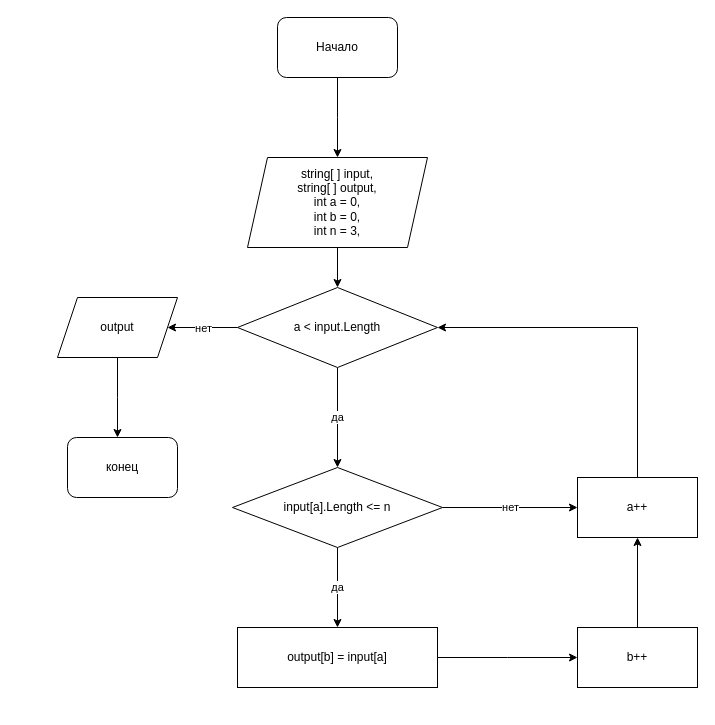
This is блок-схема.drawio from Natalya-Trishina/FinalProject, a draw.io file, before an edit. Source tidied: cells renumbered, new cells numbered last; positions are measured from the earlier drawing's top-left corner, leaving out a move shared by most shapes. Both pictures are drawn from the tidied source at 100%, with x=0, y=0 at pixel (57, 17).
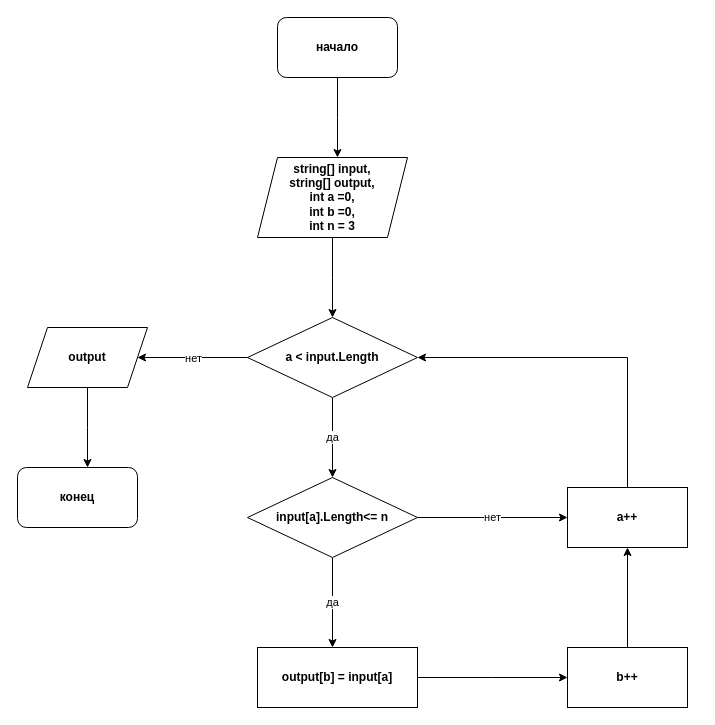
After the change.

Diff of the diagram source:
```diff
@@
-    <mxCell id="2" style="edgeStyle=orthogonalEdgeStyle;rounded=0;jettySize=auto;html=1;exitX=0.5;exitY=1;exitDx=0;exitDy=0;" parent="1" edge="1" source="3">
-      <mxGeometry relative="1" as="geometry">
-        <mxPoint x="280" y="140" as="targetPoint" />
-      </mxGeometry>
-    </mxCell>
-    <mxCell id="3" value="Начало" style="rounded=1;whiteSpace=wrap;html=1;" parent="1" vertex="1">
-      <mxGeometry x="220" width="120" height="60" as="geometry" />
-    </mxCell>
-    <mxCell id="4" style="edgeStyle=orthogonalEdgeStyle;rounded=0;jettySize=auto;html=1;exitX=0.5;exitY=1;exitDx=0;exitDy=0;" parent="1" edge="1" source="5" target="8">
-      <mxGeometry relative="1" as="geometry" />
-    </mxCell>
-    <mxCell id="5" value="string[ ] input,&lt;br&gt;string[ ] output,&lt;br&gt;int a = 0,&lt;br&gt;int b = 0,&lt;br&gt;int n = 3," style="shape=parallelogram;perimeter=parallelogramPerimeter;whiteSpace=wrap;html=1;fixedSize=1;" parent="1" vertex="1">
-      <mxGeometry x="190" y="140" width="180" height="90" as="geometry" />
-    </mxCell>
-    <mxCell id="6" value="да" style="edgeStyle=orthogonalEdgeStyle;rounded=0;jettySize=auto;html=1;exitX=0.5;exitY=1;exitDx=0;exitDy=0;" parent="1" edge="1" source="8">
-      <mxGeometry relative="1" as="geometry">
-        <mxPoint x="280" y="450" as="targetPoint" />
-      </mxGeometry>
-    </mxCell>
+    <mxCell id="21" style="edgeStyle=orthogonalEdgeStyle;rounded=0;jettySize=auto;html=1;exitX=0.5;exitY=1;exitDx=0;exitDy=0;" parent="1" edge="1" source="22">
+      <mxGeometry relative="1" as="geometry">
+        <mxPoint x="280" y="140" as="targetPoint" />
+      </mxGeometry>
+    </mxCell>
+    <mxCell id="22" value="&lt;b&gt;начало&lt;/b&gt;" style="rounded=1;whiteSpace=wrap;html=1;" parent="1" vertex="1">
+      <mxGeometry x="220" width="120" height="60" as="geometry" />
+    </mxCell>
+    <mxCell id="23" style="edgeStyle=orthogonalEdgeStyle;rounded=0;jettySize=auto;html=1;exitX=0.5;exitY=1;exitDx=0;exitDy=0;" parent="1" edge="1" source="24">
+      <mxGeometry relative="1" as="geometry">
+        <mxPoint x="275" y="300" as="targetPoint" />
+      </mxGeometry>
+    </mxCell>
+    <mxCell id="24" value="&lt;b&gt;string[] input,&lt;br&gt;string[] output,&lt;br&gt;int a =0,&lt;br&gt;int b =0,&lt;br&gt;int n = 3&lt;br&gt;&lt;/b&gt;" style="shape=parallelogram;perimeter=parallelogramPerimeter;whiteSpace=wrap;html=1;fixedSize=1;" parent="1" vertex="1">
+      <mxGeometry x="200" y="140" width="150" height="80" as="geometry" />
+    </mxCell>
+    <mxCell id="25" value="да" style="edgeStyle=orthogonalEdgeStyle;rounded=0;jettySize=auto;html=1;exitX=0.5;exitY=1;exitDx=0;exitDy=0;" parent="1" edge="1" source="8">
+      <mxGeometry relative="1" as="geometry">
+        <mxPoint x="275" y="460" as="targetPoint" />
+      </mxGeometry>
+    </mxCell>
     <mxCell id="7" value="нет" style="edgeStyle=orthogonalEdgeStyle;rounded=0;jettySize=auto;html=1;exitX=0;exitY=0.5;exitDx=0;exitDy=0;" parent="1" edge="1" source="8">
       <mxGeometry relative="1" as="geometry">
-        <mxPoint x="110" y="310" as="targetPoint" />
+        <mxPoint x="80" y="340" as="targetPoint" />
       </mxGeometry>
     </mxCell>
-    <mxCell id="8" value="a &amp;lt; input.Length" style="rhombus;whiteSpace=wrap;html=1;" parent="1" vertex="1">
-      <mxGeometry x="180" y="270" width="200" height="80" as="geometry" />
+    <mxCell id="8" value="&lt;b&gt;a &amp;lt; input.Length&lt;/b&gt;" style="rhombus;whiteSpace=wrap;html=1;" parent="1" vertex="1">
+      <mxGeometry x="190" y="300" width="170" height="80" as="geometry" />
     </mxCell>
-    <mxCell id="9" value="да" style="edgeStyle=orthogonalEdgeStyle;rounded=0;jettySize=auto;html=1;exitX=0.5;exitY=1;exitDx=0;exitDy=0;" parent="1" edge="1" source="11">
-      <mxGeometry relative="1" as="geometry">
-        <mxPoint x="280" y="610" as="targetPoint" />
-      </mxGeometry>
-    </mxCell>
+    <mxCell id="26" value="да" style="edgeStyle=orthogonalEdgeStyle;rounded=0;jettySize=auto;html=1;exitX=0.5;exitY=1;exitDx=0;exitDy=0;" parent="1" edge="1" source="27">
+      <mxGeometry relative="1" as="geometry">
+        <mxPoint x="275" y="630" as="targetPoint" />
+      </mxGeometry>
+    </mxCell>
-    <mxCell id="10" value="нет" style="edgeStyle=orthogonalEdgeStyle;rounded=0;jettySize=auto;html=1;exitX=1;exitY=0.5;exitDx=0;exitDy=0;entryX=0;entryY=0.5;entryDx=0;entryDy=0;" parent="1" edge="1" source="11" target="17">
-      <mxGeometry relative="1" as="geometry" />
+    <mxCell id="10" value="нет" style="edgeStyle=orthogonalEdgeStyle;rounded=0;jettySize=auto;html=1;exitX=1;exitY=0.5;exitDx=0;exitDy=0;" parent="1" edge="1" source="27">
+      <mxGeometry relative="1" as="geometry">
+        <mxPoint x="510" y="500" as="targetPoint" />
+      </mxGeometry>
     </mxCell>
-    <mxCell id="11" value="input[a].Length &amp;lt;= n" style="rhombus;whiteSpace=wrap;html=1;" parent="1" vertex="1">
-      <mxGeometry x="175" y="450" width="210" height="80" as="geometry" />
-    </mxCell>
-    <mxCell id="12" style="edgeStyle=orthogonalEdgeStyle;rounded=0;jettySize=auto;html=1;exitX=1;exitY=0.5;exitDx=0;exitDy=0;" parent="1" edge="1" source="13">
-      <mxGeometry relative="1" as="geometry">
-        <mxPoint x="520" y="640" as="targetPoint" />
-      </mxGeometry>
-    </mxCell>
+    <mxCell id="27" value="&lt;b&gt;input[a].Length&amp;lt;= n&lt;/b&gt;" style="rhombus;whiteSpace=wrap;html=1;" parent="1" vertex="1">
+      <mxGeometry x="190" y="460" width="170" height="80" as="geometry" />
+    </mxCell>
+    <mxCell id="28" style="edgeStyle=orthogonalEdgeStyle;rounded=0;jettySize=auto;html=1;exitX=1;exitY=0.5;exitDx=0;exitDy=0;" parent="1" edge="1" source="13">
+      <mxGeometry relative="1" as="geometry">
+        <mxPoint x="510" y="660" as="targetPoint" />
+      </mxGeometry>
+    </mxCell>
-    <mxCell id="13" value="output[b] = input[a]" style="rounded=0;whiteSpace=wrap;html=1;" parent="1" vertex="1">
-      <mxGeometry x="180" y="610" width="200" height="60" as="geometry" />
+    <mxCell id="13" value="&lt;b&gt;output[b] = input[a]&lt;/b&gt;" style="rounded=0;whiteSpace=wrap;html=1;" parent="1" vertex="1">
+      <mxGeometry x="200" y="630" width="160" height="60" as="geometry" />
     </mxCell>
-    <mxCell id="14" style="edgeStyle=orthogonalEdgeStyle;rounded=0;jettySize=auto;html=1;exitX=0.5;exitY=0;exitDx=0;exitDy=0;" parent="1" edge="1" source="15">
-      <mxGeometry relative="1" as="geometry">
-        <mxPoint x="580" y="520" as="targetPoint" />
-      </mxGeometry>
-    </mxCell>
+    <mxCell id="29" style="edgeStyle=orthogonalEdgeStyle;rounded=0;jettySize=auto;html=1;exitX=0.5;exitY=1;exitDx=0;exitDy=0;" parent="1" edge="1" source="19">
+      <mxGeometry relative="1" as="geometry">
+        <mxPoint x="30" y="450" as="targetPoint" />
+      </mxGeometry>
+    </mxCell>
+    <mxCell id="19" value="&lt;b&gt;output&lt;/b&gt;" style="shape=parallelogram;perimeter=parallelogramPerimeter;whiteSpace=wrap;html=1;fixedSize=1;" parent="1" vertex="1">
+      <mxGeometry x="-30" y="310" width="120" height="60" as="geometry" />
+    </mxCell>
+    <mxCell id="20" value="&lt;b&gt;конец&lt;/b&gt;" style="rounded=1;whiteSpace=wrap;html=1;" parent="1" vertex="1">
+      <mxGeometry x="-40" y="450" width="120" height="60" as="geometry" />
+    </mxCell>
+    <mxCell id="30" style="edgeStyle=orthogonalEdgeStyle;rounded=0;jettySize=auto;html=1;exitX=0.5;exitY=0;exitDx=0;exitDy=0;entryX=0.5;entryY=1;entryDx=0;entryDy=0;" parent="1" edge="1" source="15" target="17">
+      <mxGeometry relative="1" as="geometry" />
+    </mxCell>
-    <mxCell id="15" value="b++" style="rounded=0;whiteSpace=wrap;html=1;" parent="1" vertex="1">
-      <mxGeometry x="520" y="610" width="120" height="60" as="geometry" />
+    <mxCell id="15" value="&lt;b&gt;b++&lt;/b&gt;" style="rounded=0;whiteSpace=wrap;html=1;" parent="1" vertex="1">
+      <mxGeometry x="510" y="630" width="120" height="60" as="geometry" />
     </mxCell>
@@
-    <mxCell id="17" value="a++" style="rounded=0;whiteSpace=wrap;html=1;" parent="1" vertex="1">
-      <mxGeometry x="520" y="460" width="120" height="60" as="geometry" />
+    <mxCell id="17" value="&lt;b&gt;a++&lt;/b&gt;" style="rounded=0;whiteSpace=wrap;html=1;" parent="1" vertex="1">
+      <mxGeometry x="510" y="470" width="120" height="60" as="geometry" />
     </mxCell>
-    <mxCell id="18" style="edgeStyle=orthogonalEdgeStyle;rounded=0;jettySize=auto;html=1;exitX=0.5;exitY=1;exitDx=0;exitDy=0;" parent="1" edge="1" source="19">
-      <mxGeometry relative="1" as="geometry">
-        <mxPoint x="60" y="420" as="targetPoint" />
-      </mxGeometry>
-    </mxCell>
-    <mxCell id="19" value="output" style="shape=parallelogram;perimeter=parallelogramPerimeter;whiteSpace=wrap;html=1;fixedSize=1;" parent="1" vertex="1">
-      <mxGeometry y="280" width="120" height="60" as="geometry" />
-    </mxCell>
-    <mxCell id="20" value="конец" style="rounded=1;whiteSpace=wrap;html=1;" parent="1" vertex="1">
-      <mxGeometry x="10" y="420" width="110" height="60" as="geometry" />
-    </mxCell>
```
